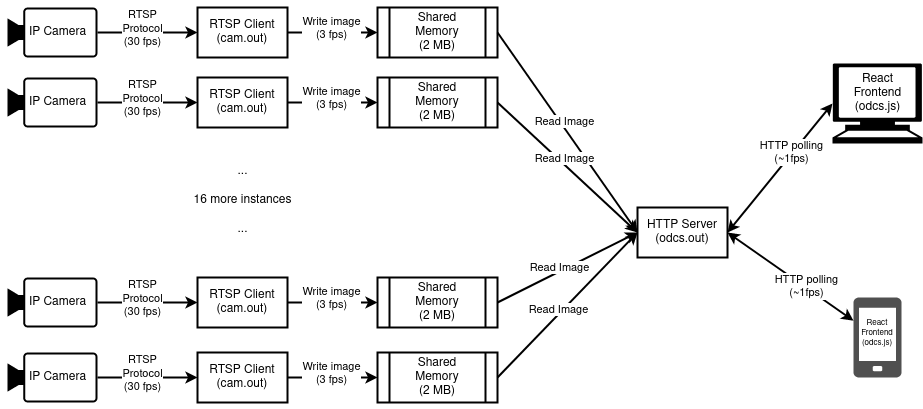
Before: assets/system-diagram.png, a diagram exported from draw.io (alex-lt-kong/cctv-dashboard). Source tidied: cells renumbered, new cells last; positions are measured from the earlier drawing's top-left corner, leaving out a move shared by most shapes.
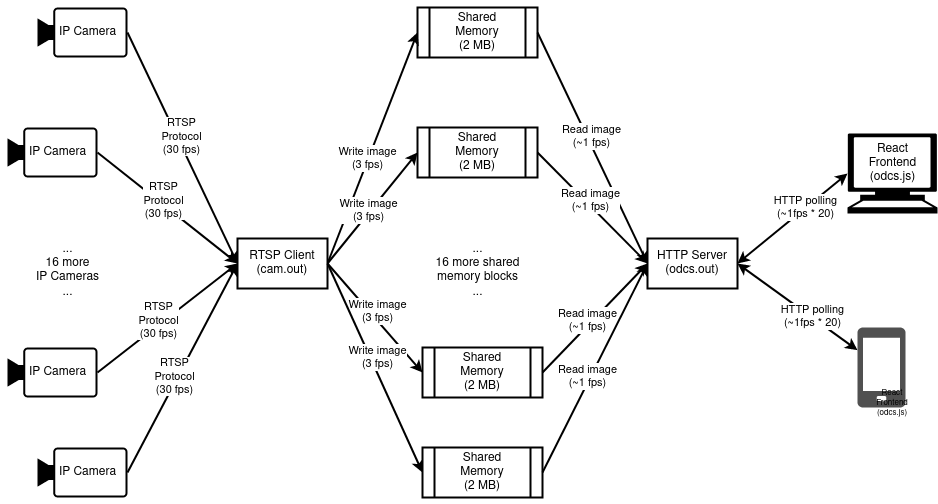
The same file after the commit.

The edit, as a diff of the source:
```diff
@@ -2,26 +2,19 @@
   <root>
     <mxCell id="0" />
     <mxCell id="1" parent="0" />
-    <mxCell id="2" value="&lt;div&gt;RTSP Client&lt;/div&gt;&lt;div&gt;(cam.out)&lt;br&gt;&lt;/div&gt;" style="rounded=0;whiteSpace=wrap;html=1;strokeWidth=2;" parent="1" vertex="1">
-      <mxGeometry x="190" width="90" height="50" as="geometry" />
-    </mxCell>
     <mxCell id="3" style="points=[[0,0.5,0],[0.19,0.02,0],[0.59,0,0],[0.985,0.02,0],[1,0.5,0],[0.985,0.98,0],[0.59,1,0],[0.19,0.98,0]];verticalLabelPosition=bottom;sketch=0;html=1;verticalAlign=top;align=center;shape=mxgraph.cisco19.camera;fillColor=#000000;strokeColor=none;strokeWidth=14;" parent="1" vertex="1">
-      <mxGeometry width="90" height="50" as="geometry" />
+      <mxGeometry x="20" y="-70" width="90" height="50" as="geometry" />
     </mxCell>
-    <mxCell id="4" style="endArrow=classic;html=1;rounded=0;exitX=1;exitY=0.5;exitDx=0;exitDy=0;exitPerimeter=0;entryX=0;entryY=0.5;entryDx=0;entryDy=0;strokeWidth=2;" parent="1" edge="1" source="3" target="2">
-      <mxGeometry relative="1" as="geometry">
-        <Array as="points">
-          <mxPoint x="150" y="25" />
-        </Array>
-      </mxGeometry>
+    <mxCell id="4" style="endArrow=classic;html=1;rounded=0;exitX=1;exitY=0.5;exitDx=0;exitDy=0;exitPerimeter=0;entryX=0;entryY=0.5;entryDx=0;entryDy=0;strokeWidth=2;" parent="1" edge="1" source="3" target="28">
+      <mxGeometry relative="1" as="geometry" />
     </mxCell>
     <mxCell id="5" value="&lt;div&gt;RTSP&lt;/div&gt;&lt;div&gt;Protocol&lt;/div&gt;&lt;div&gt;(30 fps)&lt;br&gt;&lt;/div&gt;" style="edgeLabel;html=1;align=center;verticalAlign=middle;" parent="4" vertex="1">
       <mxGeometry x="-0.09" y="4" relative="1" as="geometry" />
     </mxCell>
     <mxCell id="6" value="&lt;div&gt;Shared&lt;/div&gt;&lt;div&gt;Memory&lt;/div&gt;&lt;div&gt;(2 MB)&lt;br&gt;&lt;/div&gt;" style="shape=process;whiteSpace=wrap;html=1;backgroundOutline=1;strokeWidth=2;" parent="1" vertex="1">
-      <mxGeometry x="370" width="120" height="50" as="geometry" />
+      <mxGeometry x="400" y="-70" width="120" height="50" as="geometry" />
     </mxCell>
-    <mxCell id="7" style="endArrow=classic;html=1;rounded=0;exitX=1;exitY=0.5;exitDx=0;exitDy=0;entryX=0;entryY=0.5;entryDx=0;entryDy=0;strokeWidth=2;" parent="1" edge="1" source="2" target="6">
+    <mxCell id="7" style="endArrow=classic;html=1;rounded=0;exitX=1;exitY=0.5;exitDx=0;exitDy=0;entryX=0;entryY=0.5;entryDx=0;entryDy=0;strokeWidth=2;" parent="1" edge="1" source="28" target="6">
       <mxGeometry relative="1" as="geometry" />
     </mxCell>
     <mxCell id="8" value="&lt;div&gt;Write image&lt;/div&gt;&lt;div&gt;(3 fps)&lt;br&gt;&lt;/div&gt;" style="edgeLabel;html=1;align=center;verticalAlign=middle;" parent="7" vertex="1">
@@ -30,40 +23,33 @@
       </mxGeometry>
     </mxCell>
     <mxCell id="9" value="&lt;div&gt;HTTP Server&lt;/div&gt;&lt;div&gt;(odcs.out)&lt;br&gt;&lt;/div&gt;" style="rounded=0;whiteSpace=wrap;html=1;strokeWidth=2;" parent="1" vertex="1">
-      <mxGeometry x="630" y="200" width="90" height="50" as="geometry" />
+      <mxGeometry x="630" y="161" width="90" height="50" as="geometry" />
     </mxCell>
     <mxCell id="10" style="endArrow=classic;html=1;rounded=0;exitX=1;exitY=0.5;exitDx=0;exitDy=0;entryX=0;entryY=0.5;entryDx=0;entryDy=0;strokeWidth=2;" parent="1" edge="1" source="6" target="9">
       <mxGeometry relative="1" as="geometry" />
     </mxCell>
-    <mxCell id="11" value="Read Image" style="edgeLabel;html=1;align=center;verticalAlign=middle;" parent="10" vertex="1">
+    <mxCell id="11" value="&lt;div&gt;Read image&lt;/div&gt;&lt;div&gt;(~1 fps)&lt;br&gt;&lt;/div&gt;" style="edgeLabel;html=1;align=center;verticalAlign=middle;" parent="10" vertex="1">
       <mxGeometry x="-0.09" y="4" relative="1" as="geometry" />
     </mxCell>
     <mxCell id="12" style="endArrow=classic;startArrow=classic;html=1;rounded=0;exitX=1;exitY=0.5;exitDx=0;exitDy=0;strokeWidth=2;entryX=0;entryY=0.5;entryDx=0;entryDy=0;entryPerimeter=0;" parent="1" edge="1" source="9" target="46">
       <mxGeometry relative="1" as="geometry" />
     </mxCell>
-    <mxCell id="13" value="HTTP polling&#10;(~1fps)" style="edgeLabel;html=1;align=center;verticalAlign=middle;" parent="12" vertex="1">
+    <mxCell id="13" value="HTTP polling&lt;br&gt;&lt;div&gt;(~1fps * 20)&lt;/div&gt;" style="edgeLabel;html=1;align=center;verticalAlign=middle;" parent="12" vertex="1">
       <mxGeometry x="0.23" y="1" relative="1" as="geometry" />
     </mxCell>
-    <mxCell id="14" value="&lt;div&gt;RTSP Client&lt;/div&gt;&lt;div&gt;(cam.out)&lt;br&gt;&lt;/div&gt;" style="rounded=0;whiteSpace=wrap;html=1;strokeWidth=2;" parent="1" vertex="1">
-      <mxGeometry x="190" y="70" width="90" height="50" as="geometry" />
-    </mxCell>
     <mxCell id="15" style="points=[[0,0.5,0],[0.19,0.02,0],[0.59,0,0],[0.985,0.02,0],[1,0.5,0],[0.985,0.98,0],[0.59,1,0],[0.19,0.98,0]];verticalLabelPosition=bottom;sketch=0;html=1;verticalAlign=top;align=center;shape=mxgraph.cisco19.camera;fillColor=#000000;strokeColor=none;strokeWidth=14;" parent="1" vertex="1">
-      <mxGeometry y="70" width="90" height="50" as="geometry" />
+      <mxGeometry x="-10" y="50" width="90" height="50" as="geometry" />
     </mxCell>
-    <mxCell id="16" style="endArrow=classic;html=1;rounded=0;exitX=1;exitY=0.5;exitDx=0;exitDy=0;exitPerimeter=0;entryX=0;entryY=0.5;entryDx=0;entryDy=0;strokeWidth=2;" parent="1" edge="1" source="15" target="14">
-      <mxGeometry relative="1" as="geometry">
-        <Array as="points">
-          <mxPoint x="150" y="95" />
-        </Array>
-      </mxGeometry>
+    <mxCell id="16" style="endArrow=classic;html=1;rounded=0;exitX=1;exitY=0.5;exitDx=0;exitDy=0;exitPerimeter=0;strokeWidth=2;entryX=0;entryY=0.5;entryDx=0;entryDy=0;" parent="1" edge="1" source="15" target="28">
+      <mxGeometry relative="1" as="geometry" />
     </mxCell>
     <mxCell id="17" value="&lt;div&gt;RTSP&lt;/div&gt;&lt;div&gt;Protocol&lt;/div&gt;&lt;div&gt;(30 fps)&lt;br&gt;&lt;/div&gt;" style="edgeLabel;html=1;align=center;verticalAlign=middle;" parent="16" vertex="1">
       <mxGeometry x="-0.09" y="4" relative="1" as="geometry" />
     </mxCell>
     <mxCell id="18" value="&lt;div&gt;Shared&lt;/div&gt;&lt;div&gt;Memory&lt;/div&gt;&lt;div&gt;(2 MB)&lt;br&gt;&lt;/div&gt;" style="shape=process;whiteSpace=wrap;html=1;backgroundOutline=1;strokeWidth=2;" parent="1" vertex="1">
-      <mxGeometry x="370" y="70" width="120" height="50" as="geometry" />
+      <mxGeometry x="400" y="50" width="120" height="50" as="geometry" />
     </mxCell>
-    <mxCell id="19" style="endArrow=classic;html=1;rounded=0;exitX=1;exitY=0.5;exitDx=0;exitDy=0;entryX=0;entryY=0.5;entryDx=0;entryDy=0;strokeWidth=2;" parent="1" edge="1" source="14" target="18">
+    <mxCell id="19" style="endArrow=classic;html=1;rounded=0;exitX=1;exitY=0.5;exitDx=0;exitDy=0;entryX=0;entryY=0.5;entryDx=0;entryDy=0;strokeWidth=2;" parent="1" edge="1" source="28" target="18">
       <mxGeometry relative="1" as="geometry" />
     </mxCell>
     <mxCell id="20" value="&lt;div&gt;Write image&lt;/div&gt;&lt;div&gt;(3 fps)&lt;br&gt;&lt;/div&gt;" style="edgeLabel;html=1;align=center;verticalAlign=middle;" parent="19" vertex="1">
@@ -71,26 +57,19 @@
         <mxPoint x="3" as="offset" />
       </mxGeometry>
     </mxCell>
-    <mxCell id="21" value="&lt;div&gt;RTSP Client&lt;/div&gt;&lt;div&gt;(cam.out)&lt;br&gt;&lt;/div&gt;" style="rounded=0;whiteSpace=wrap;html=1;strokeWidth=2;" parent="1" vertex="1">
-      <mxGeometry x="190" y="270" width="90" height="50" as="geometry" />
-    </mxCell>
     <mxCell id="22" style="points=[[0,0.5,0],[0.19,0.02,0],[0.59,0,0],[0.985,0.02,0],[1,0.5,0],[0.985,0.98,0],[0.59,1,0],[0.19,0.98,0]];verticalLabelPosition=bottom;sketch=0;html=1;verticalAlign=top;align=center;shape=mxgraph.cisco19.camera;fillColor=#000000;strokeColor=none;strokeWidth=14;" parent="1" vertex="1">
-      <mxGeometry y="270" width="90" height="50" as="geometry" />
+      <mxGeometry x="-10" y="270" width="90" height="50" as="geometry" />
     </mxCell>
-    <mxCell id="23" style="endArrow=classic;html=1;rounded=0;exitX=1;exitY=0.5;exitDx=0;exitDy=0;exitPerimeter=0;entryX=0;entryY=0.5;entryDx=0;entryDy=0;strokeWidth=2;" parent="1" edge="1" source="22" target="21">
-      <mxGeometry relative="1" as="geometry">
-        <Array as="points">
-          <mxPoint x="150" y="295" />
-        </Array>
-      </mxGeometry>
+    <mxCell id="23" style="endArrow=classic;html=1;rounded=0;exitX=1;exitY=0.5;exitDx=0;exitDy=0;exitPerimeter=0;entryX=0;entryY=0.5;entryDx=0;entryDy=0;strokeWidth=2;" parent="1" edge="1" source="22" target="28">
+      <mxGeometry relative="1" as="geometry" />
     </mxCell>
     <mxCell id="24" value="&lt;div&gt;RTSP&lt;/div&gt;&lt;div&gt;Protocol&lt;/div&gt;&lt;div&gt;(30 fps)&lt;br&gt;&lt;/div&gt;" style="edgeLabel;html=1;align=center;verticalAlign=middle;" parent="23" vertex="1">
       <mxGeometry x="-0.09" y="4" relative="1" as="geometry" />
     </mxCell>
     <mxCell id="25" value="&lt;div&gt;Shared&lt;/div&gt;&lt;div&gt;Memory&lt;/div&gt;&lt;div&gt;(2 MB)&lt;br&gt;&lt;/div&gt;" style="shape=process;whiteSpace=wrap;html=1;backgroundOutline=1;strokeWidth=2;" parent="1" vertex="1">
-      <mxGeometry x="370" y="270" width="120" height="50" as="geometry" />
+      <mxGeometry x="405" y="270" width="120" height="50" as="geometry" />
     </mxCell>
-    <mxCell id="26" style="endArrow=classic;html=1;rounded=0;exitX=1;exitY=0.5;exitDx=0;exitDy=0;entryX=0;entryY=0.5;entryDx=0;entryDy=0;strokeWidth=2;" parent="1" edge="1" source="21" target="25">
+    <mxCell id="26" style="endArrow=classic;html=1;rounded=0;exitX=1;exitY=0.5;exitDx=0;exitDy=0;entryX=0;entryY=0.5;entryDx=0;entryDy=0;strokeWidth=2;" parent="1" edge="1" source="28" target="25">
       <mxGeometry relative="1" as="geometry" />
     </mxCell>
     <mxCell id="27" value="&lt;div&gt;Write image&lt;/div&gt;&lt;div&gt;(3 fps)&lt;br&gt;&lt;/div&gt;" style="edgeLabel;html=1;align=center;verticalAlign=middle;" parent="26" vertex="1">
@@ -99,23 +78,19 @@
       </mxGeometry>
     </mxCell>
     <mxCell id="28" value="&lt;div&gt;RTSP Client&lt;/div&gt;&lt;div&gt;(cam.out)&lt;br&gt;&lt;/div&gt;" style="rounded=0;whiteSpace=wrap;html=1;strokeWidth=2;" parent="1" vertex="1">
-      <mxGeometry x="190" y="345" width="90" height="50" as="geometry" />
+      <mxGeometry x="220" y="161" width="90" height="50" as="geometry" />
     </mxCell>
     <mxCell id="29" style="points=[[0,0.5,0],[0.19,0.02,0],[0.59,0,0],[0.985,0.02,0],[1,0.5,0],[0.985,0.98,0],[0.59,1,0],[0.19,0.98,0]];verticalLabelPosition=bottom;sketch=0;html=1;verticalAlign=top;align=center;shape=mxgraph.cisco19.camera;fillColor=#000000;strokeColor=none;strokeWidth=14;" parent="1" vertex="1">
-      <mxGeometry y="345" width="90" height="50" as="geometry" />
+      <mxGeometry x="20" y="370" width="90" height="50" as="geometry" />
     </mxCell>
     <mxCell id="30" style="endArrow=classic;html=1;rounded=0;exitX=1;exitY=0.5;exitDx=0;exitDy=0;exitPerimeter=0;entryX=0;entryY=0.5;entryDx=0;entryDy=0;strokeWidth=2;" parent="1" edge="1" source="29" target="28">
-      <mxGeometry relative="1" as="geometry">
-        <Array as="points">
-          <mxPoint x="150" y="370" />
-        </Array>
-      </mxGeometry>
+      <mxGeometry relative="1" as="geometry" />
     </mxCell>
     <mxCell id="31" value="&lt;div&gt;RTSP&lt;/div&gt;&lt;div&gt;Protocol&lt;/div&gt;&lt;div&gt;(30 fps)&lt;br&gt;&lt;/div&gt;" style="edgeLabel;html=1;align=center;verticalAlign=middle;" parent="30" vertex="1">
       <mxGeometry x="-0.09" y="4" relative="1" as="geometry" />
     </mxCell>
     <mxCell id="32" value="&lt;div&gt;Shared&lt;/div&gt;&lt;div&gt;Memory&lt;/div&gt;&lt;div&gt;(2 MB)&lt;br&gt;&lt;/div&gt;" style="shape=process;whiteSpace=wrap;html=1;backgroundOutline=1;strokeWidth=2;" parent="1" vertex="1">
-      <mxGeometry x="370" y="345" width="120" height="50" as="geometry" />
+      <mxGeometry x="405" y="370" width="120" height="50" as="geometry" />
     </mxCell>
     <mxCell id="33" style="endArrow=classic;html=1;rounded=0;exitX=1;exitY=0.5;exitDx=0;exitDy=0;entryX=0;entryY=0.5;entryDx=0;entryDy=0;strokeWidth=2;" parent="1" edge="1" source="28" target="32">
       <mxGeometry relative="1" as="geometry" />
@@ -128,53 +103,56 @@
     <mxCell id="35" style="endArrow=classic;html=1;rounded=0;exitX=1;exitY=0.5;exitDx=0;exitDy=0;strokeWidth=2;entryX=0;entryY=0.5;entryDx=0;entryDy=0;" parent="1" edge="1" source="18" target="9">
       <mxGeometry relative="1" as="geometry" />
     </mxCell>
-    <mxCell id="36" value="Read Image" style="edgeLabel;html=1;align=center;verticalAlign=middle;" parent="35" vertex="1">
+    <mxCell id="36" value="&lt;div&gt;Read image&lt;/div&gt;&lt;div&gt;(~1 fps)&lt;br&gt;&lt;/div&gt;" style="edgeLabel;html=1;align=center;verticalAlign=middle;" parent="35" vertex="1">
       <mxGeometry x="-0.09" y="4" relative="1" as="geometry" />
     </mxCell>
     <mxCell id="37" style="endArrow=classic;html=1;rounded=0;exitX=1;exitY=0.5;exitDx=0;exitDy=0;entryX=0;entryY=0.5;entryDx=0;entryDy=0;strokeWidth=2;" parent="1" edge="1" source="25" target="9">
       <mxGeometry relative="1" as="geometry" />
     </mxCell>
-    <mxCell id="38" value="Read Image" style="edgeLabel;html=1;align=center;verticalAlign=middle;" parent="37" vertex="1">
+    <mxCell id="38" value="&lt;div&gt;Read image&lt;/div&gt;&lt;div&gt;(~1 fps)&lt;br&gt;&lt;/div&gt;" style="edgeLabel;html=1;align=center;verticalAlign=middle;" parent="37" vertex="1">
       <mxGeometry x="-0.09" y="4" relative="1" as="geometry" />
     </mxCell>
     <mxCell id="39" style="endArrow=classic;html=1;rounded=0;exitX=1;exitY=0.5;exitDx=0;exitDy=0;entryX=0;entryY=0.5;entryDx=0;entryDy=0;strokeWidth=2;" parent="1" edge="1" source="32" target="9">
       <mxGeometry relative="1" as="geometry" />
     </mxCell>
-    <mxCell id="40" value="Read Image" style="edgeLabel;html=1;align=center;verticalAlign=middle;" parent="39" vertex="1">
+    <mxCell id="40" value="&lt;div&gt;Read image&lt;/div&gt;&lt;div&gt;(~1 fps)&lt;br&gt;&lt;/div&gt;" style="edgeLabel;html=1;align=center;verticalAlign=middle;" parent="39" vertex="1">
       <mxGeometry x="-0.09" y="4" relative="1" as="geometry" />
     </mxCell>
-    <mxCell id="41" value="&lt;div&gt;&lt;br&gt;&lt;/div&gt;&lt;div&gt;...&lt;/div&gt;&lt;div&gt;&lt;br&gt;&lt;/div&gt;&lt;div&gt;16 more instances&lt;/div&gt;&lt;div&gt;&lt;br&gt;&lt;/div&gt;&lt;div&gt;...&lt;br&gt;&lt;/div&gt;" style="text;html=1;align=center;verticalAlign=middle;fillColor=none;strokeColor=none;rounded=0;" parent="1" vertex="1">
-      <mxGeometry x="175" y="136" width="120" height="100" as="geometry" />
+    <mxCell id="41" value="&lt;div&gt;&lt;br&gt;&lt;/div&gt;&lt;div&gt;...&lt;/div&gt;&lt;div&gt;16 more&lt;/div&gt;&lt;div&gt;IP Cameras&lt;br&gt;&lt;/div&gt;&lt;div&gt;...&lt;br&gt;&lt;/div&gt;" style="text;html=1;align=center;verticalAlign=middle;fillColor=none;strokeColor=none;rounded=0;" parent="1" vertex="1">
+      <mxGeometry x="5" y="141" width="90" height="90" as="geometry" />
     </mxCell>
     <mxCell id="42" value="&lt;div&gt;IP Camera&lt;/div&gt;" style="text;html=1;align=center;verticalAlign=middle;fillColor=none;strokeColor=none;rounded=0;" parent="1" vertex="1">
-      <mxGeometry x="10" y="10" width="80" height="30" as="geometry" />
+      <mxGeometry x="30" y="-60" width="80" height="30" as="geometry" />
     </mxCell>
     <mxCell id="43" value="&lt;div&gt;IP Camera&lt;/div&gt;" style="text;html=1;align=center;verticalAlign=middle;fillColor=none;strokeColor=none;rounded=0;" parent="1" vertex="1">
-      <mxGeometry x="10" y="80" width="80" height="30" as="geometry" />
+      <mxGeometry y="60" width="80" height="30" as="geometry" />
     </mxCell>
     <mxCell id="44" value="&lt;div&gt;IP Camera&lt;/div&gt;" style="text;html=1;align=center;verticalAlign=middle;fillColor=none;strokeColor=none;rounded=0;" parent="1" vertex="1">
-      <mxGeometry x="10" y="280" width="80" height="30" as="geometry" />
+      <mxGeometry y="280" width="80" height="30" as="geometry" />
     </mxCell>
     <mxCell id="45" value="&lt;div&gt;IP Camera&lt;/div&gt;" style="text;html=1;align=center;verticalAlign=middle;fillColor=none;strokeColor=none;rounded=0;" parent="1" vertex="1">
-      <mxGeometry x="10" y="355" width="80" height="30" as="geometry" />
+      <mxGeometry x="30" y="380" width="80" height="30" as="geometry" />
     </mxCell>
     <mxCell id="46" style="shape=mxgraph.signs.tech.computer;html=1;fillColor=#000000;strokeColor=none;verticalLabelPosition=bottom;verticalAlign=top;align=center;" parent="1" vertex="1">
-      <mxGeometry x="825" y="56" width="90" height="80" as="geometry" />
+      <mxGeometry x="830" y="56" width="90" height="80" as="geometry" />
     </mxCell>
     <mxCell id="47" style="sketch=0;shadow=0;dashed=0;html=1;strokeColor=none;fillColor=#505050;labelPosition=center;verticalLabelPosition=bottom;verticalAlign=top;outlineConnect=0;align=center;shape=mxgraph.office.devices.cell_phone_generic;" parent="1" vertex="1">
-      <mxGeometry x="846" y="290" width="48" height="80" as="geometry" />
+      <mxGeometry x="840" y="250" width="48" height="80" as="geometry" />
     </mxCell>
     <mxCell id="48" style="endArrow=classic;startArrow=classic;html=1;rounded=0;exitX=1;exitY=0.5;exitDx=0;exitDy=0;strokeWidth=2;" parent="1" edge="1" source="9" target="47">
       <mxGeometry relative="1" as="geometry" />
     </mxCell>
-    <mxCell id="49" value="HTTP polling&#10;(~1fps)" style="edgeLabel;html=1;align=center;verticalAlign=middle;" parent="48" vertex="1">
+    <mxCell id="49" value="HTTP polling&lt;br&gt;(~1fps * 20)" style="edgeLabel;html=1;align=center;verticalAlign=middle;" parent="48" vertex="1">
       <mxGeometry x="0.23" y="1" relative="1" as="geometry" />
     </mxCell>
     <mxCell id="50" value="React&lt;br&gt;Frontend&lt;br&gt;(odcs.js)" style="text;html=1;align=center;verticalAlign=middle;fillColor=none;strokeColor=none;rounded=0;" parent="1" vertex="1">
-      <mxGeometry x="835" y="56" width="70" height="60" as="geometry" />
+      <mxGeometry x="840" y="56" width="70" height="60" as="geometry" />
     </mxCell>
     <mxCell id="51" value="React&lt;br style=&quot;font-size: 8px;&quot;&gt;Frontend&lt;br style=&quot;font-size: 8px;&quot;&gt;(odcs.js)" style="text;whiteSpace=wrap;html=1;align=center;fontSize=8;" parent="1" vertex="1">
-      <mxGeometry x="830" y="305" width="80" height="70" as="geometry" />
+      <mxGeometry x="835" y="305" width="80" height="70" as="geometry" />
     </mxCell>
+    <mxCell id="52" value="&lt;div&gt;&lt;br&gt;&lt;/div&gt;&lt;div&gt;...&lt;/div&gt;&lt;div&gt;16 more shared&lt;/div&gt;&lt;div&gt;memory blocks&lt;br&gt;&lt;/div&gt;&lt;div&gt;...&lt;br&gt;&lt;/div&gt;" style="text;html=1;align=center;verticalAlign=middle;fillColor=none;strokeColor=none;rounded=0;" parent="1" vertex="1">
+      <mxGeometry x="405" y="141" width="110" height="90" as="geometry" />
+    </mxCell>
   </root>
 </mxGraphModel>
```
